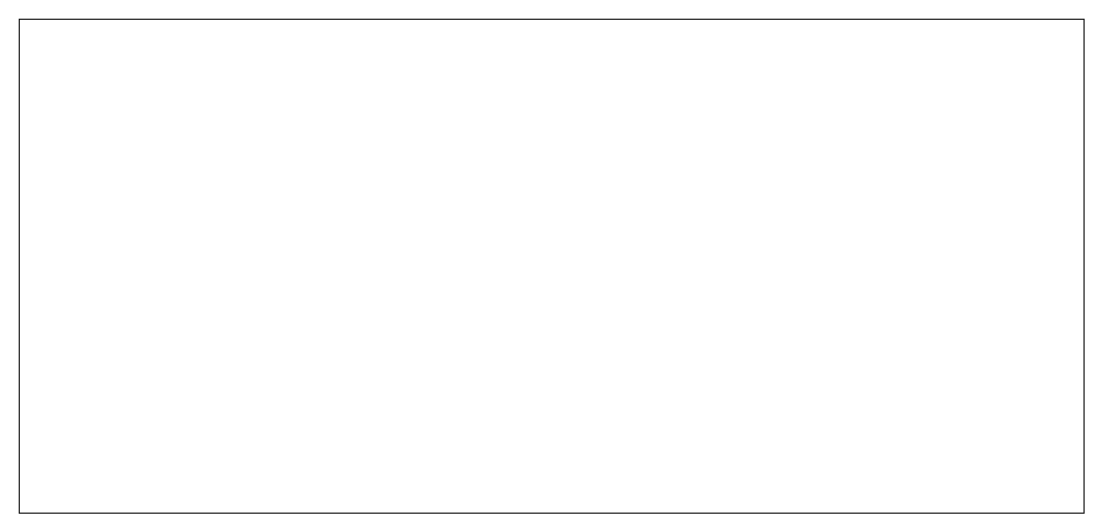
MavGitt/AuthZ keeps this draw.io diagram as page "Page-2" (2 of 4) of Untitled Diagram.drawio. Above is the earlier version. Source tidied: cells renumbered, new cells numbered last; positions are measured from the earlier drawing's top-left corner, leaving out a move shared by most shapes. Both pictures are drawn from the tidied source at 110%, with x=0, y=0 at pixel (19, 19).
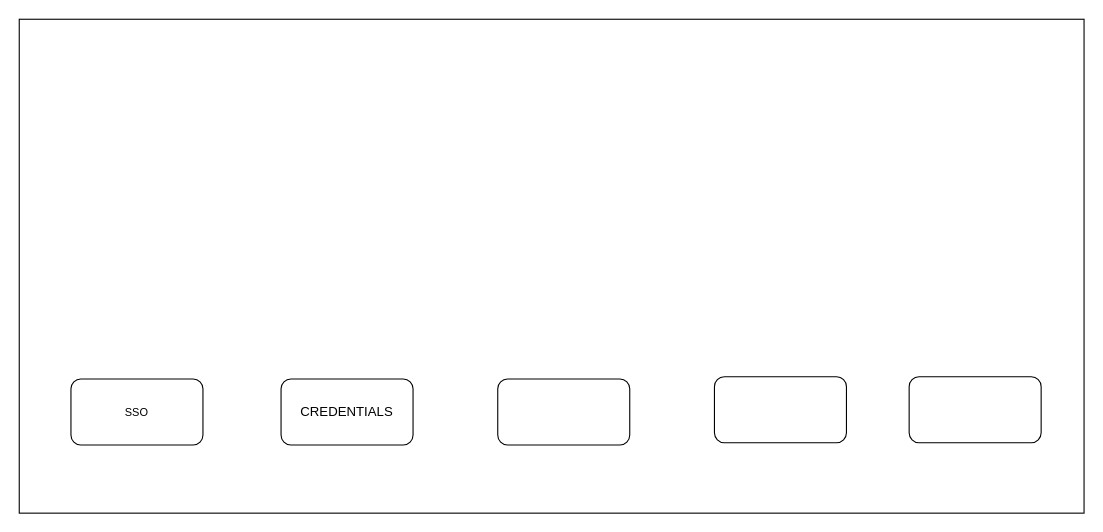
The same page after the edit.

Commit message:
HLD for the heimdall

Change to the diagram source:
```diff
@@
 <mxGraphModel>
   <root>
     <mxCell id="0" />
     <mxCell id="1" parent="0" />
     <mxCell id="2" style="rounded=0;whiteSpace=wrap;html=1;" parent="1" vertex="1">
       <mxGeometry width="968" height="449" as="geometry" />
     </mxCell>
+    <mxCell id="3" value="&lt;font size=&quot;1&quot;&gt;SSO&lt;/font&gt;" style="rounded=1;whiteSpace=wrap;html=1;" parent="1" vertex="1">
+      <mxGeometry x="47" y="327" width="120" height="60" as="geometry" />
+    </mxCell>
+    <mxCell id="4" value="CREDENTIALS" style="rounded=1;whiteSpace=wrap;html=1;" parent="1" vertex="1">
+      <mxGeometry x="238" y="327" width="120" height="60" as="geometry" />
+    </mxCell>
+    <mxCell id="5" style="rounded=1;whiteSpace=wrap;html=1;" parent="1" vertex="1">
+      <mxGeometry x="435" y="327" width="120" height="60" as="geometry" />
+    </mxCell>
+    <mxCell id="6" style="rounded=1;whiteSpace=wrap;html=1;" parent="1" vertex="1">
+      <mxGeometry x="632" y="325" width="120" height="60" as="geometry" />
+    </mxCell>
+    <mxCell id="7" style="rounded=1;whiteSpace=wrap;html=1;" parent="1" vertex="1">
+      <mxGeometry x="809" y="325" width="120" height="60" as="geometry" />
+    </mxCell>
   </root>
 </mxGraphModel>
```
